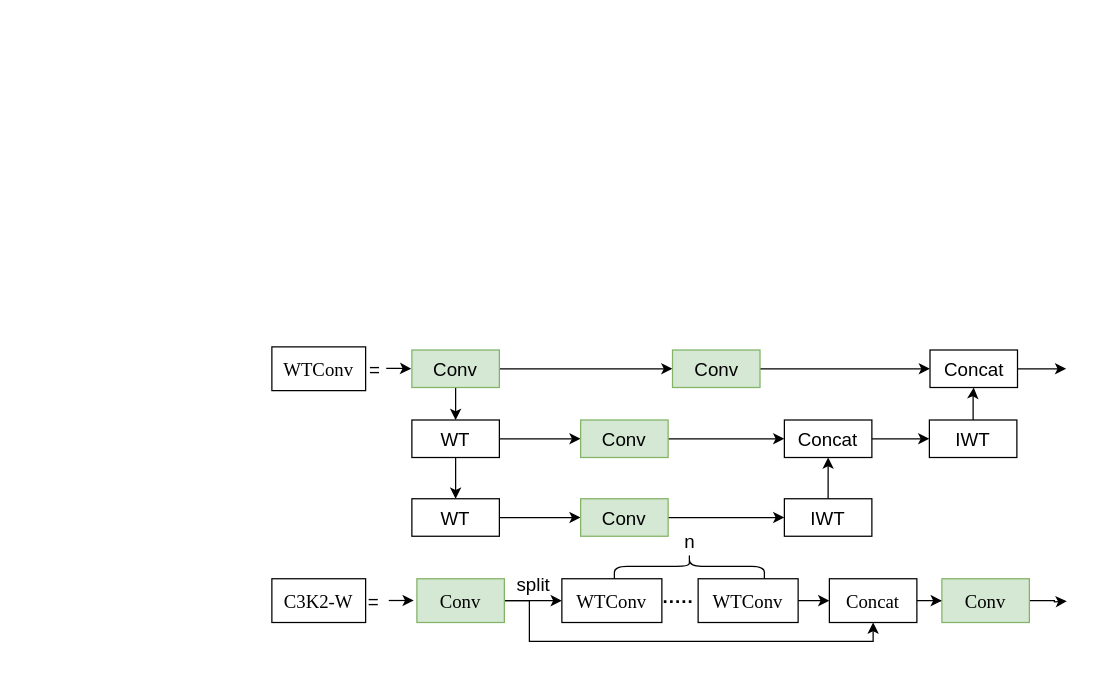
Above: C3K2WTConv.drawio in HTMLCSS-XD/draw.io (draw.io), before the change. Source tidied: cells renumbered, new cells numbered last; positions are measured from the earlier drawing's top-left corner, leaving out a move shared by most shapes. Both pictures are drawn from the tidied source at 125%, with x=0, y=0 at pixel (271, 346).
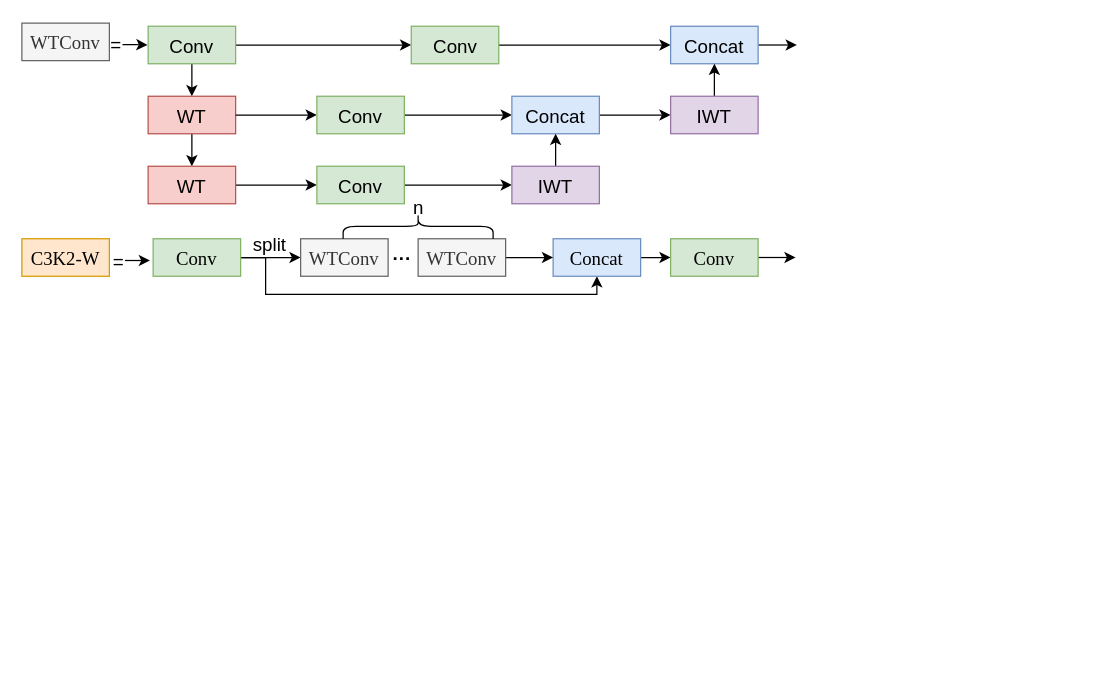
Above is the later version.

Diff of the diagram source:
```diff
@@
     <mxCell id="2" value="n" style="text;html=1;align=center;verticalAlign=middle;strokeColor=none;fillColor=none;fontSize=15;" parent="1" vertex="1">
-      <mxGeometry x="319" y="137.5" width="30" height="35" as="geometry" />
+      <mxGeometry x="102" y="-129.5" width="30" height="35" as="geometry" />
     </mxCell>
     <mxCell id="3" style="edgeStyle=orthogonalEdgeStyle;rounded=0;jettySize=auto;html=1;entryX=0.5;entryY=1;entryDx=0;entryDy=0;fontSize=15;" parent="1" edge="1" source="5" target="8">
       <mxGeometry relative="1" as="geometry">
         <Array as="points">
-          <mxPoint x="206" y="203.5" />
-          <mxPoint x="206" y="235.5" />
-          <mxPoint x="481" y="235.5" />
+          <mxPoint x="-5" y="-71" />
+          <mxPoint x="-5" y="-42" />
+          <mxPoint x="260" y="-42" />
         </Array>
       </mxGeometry>
     </mxCell>
@@
     <mxCell id="5" value="Conv" style="rounded=0;whiteSpace=wrap;html=1;fillColor=#d5e8d4;fontSize=15;fontFamily=Times New Roman;strokeColor=#82b366;" parent="1" vertex="1">
-      <mxGeometry x="116" y="185.5" width="70" height="35" as="geometry" />
+      <mxGeometry x="-95" y="-86.5" width="70" height="30" as="geometry" />
     </mxCell>
-    <mxCell id="6" value="WTConv" style="rounded=0;whiteSpace=wrap;html=1;fillColor=none;fontSize=15;fontFamily=Times New Roman;" parent="1" vertex="1">
-      <mxGeometry x="232" y="185.5" width="80" height="35" as="geometry" />
+    <mxCell id="6" value="WTConv" style="rounded=0;whiteSpace=wrap;html=1;fillColor=#f5f5f5;fontSize=15;fontFamily=Times New Roman;strokeColor=#666666;fontColor=#333333;" parent="1" vertex="1">
+      <mxGeometry x="23" y="-86.5" width="70" height="30" as="geometry" />
     </mxCell>
@@
-    <mxCell id="8" value="Concat" style="rounded=0;whiteSpace=wrap;html=1;fillColor=none;fontSize=15;fontFamily=Times New Roman;" parent="1" vertex="1">
-      <mxGeometry x="446" y="185.5" width="70" height="35" as="geometry" />
+    <mxCell id="8" value="Concat" style="rounded=0;whiteSpace=wrap;html=1;fillColor=#dae8fc;fontSize=15;fontFamily=Times New Roman;strokeColor=#6c8ebf;" parent="1" vertex="1">
+      <mxGeometry x="225" y="-86.5" width="70" height="30" as="geometry" />
     </mxCell>
@@
-    <mxCell id="10" value="WTConv" style="rounded=0;whiteSpace=wrap;html=1;fillColor=none;fontSize=15;fontFamily=Times New Roman;" parent="1" vertex="1">
-      <mxGeometry x="341" y="185.5" width="80" height="35" as="geometry" />
+    <mxCell id="10" value="WTConv" style="rounded=0;whiteSpace=wrap;html=1;fillColor=#f5f5f5;fontSize=15;fontFamily=Times New Roman;strokeColor=#666666;fontColor=#333333;" parent="1" vertex="1">
+      <mxGeometry x="117" y="-86.5" width="70" height="30" as="geometry" />
     </mxCell>
-    <mxCell id="11" style="edgeStyle=orthogonalEdgeStyle;rounded=0;jettySize=auto;html=1;" parent="1" edge="1" source="12">
-      <mxGeometry relative="1" as="geometry">
-        <mxPoint x="636" y="203.5" as="targetPoint" />
-      </mxGeometry>
-    </mxCell>
+    <mxCell id="44" style="edgeStyle=orthogonalEdgeStyle;rounded=0;jettySize=auto;html=1;" parent="1" edge="1" source="12">
+      <mxGeometry relative="1" as="geometry">
+        <mxPoint x="419" y="-71.5" as="targetPoint" />
+      </mxGeometry>
+    </mxCell>
     <mxCell id="12" value="Conv" style="rounded=0;whiteSpace=wrap;html=1;fillColor=#d5e8d4;fontSize=15;fontFamily=Times New Roman;strokeColor=#82b366;" parent="1" vertex="1">
-      <mxGeometry x="536" y="185.5" width="70" height="35" as="geometry" />
+      <mxGeometry x="319" y="-86.5" width="70" height="30" as="geometry" />
     </mxCell>
-    <mxCell id="13" value="C3K2-W" style="rounded=0;whiteSpace=wrap;html=1;fillColor=none;fontSize=15;fontFamily=Times New Roman;" parent="1" vertex="1">
-      <mxGeometry y="185.5" width="75" height="35" as="geometry" />
+    <mxCell id="13" value="C3K2-W" style="rounded=0;whiteSpace=wrap;html=1;fillColor=#ffe6cc;fontSize=15;fontFamily=Times New Roman;strokeColor=#d79b00;" parent="1" vertex="1">
+      <mxGeometry x="-200" y="-86.5" width="70" height="30" as="geometry" />
     </mxCell>
     <mxCell id="14" value="=" style="text;html=1;align=center;verticalAlign=middle;strokeColor=none;fillColor=none;fontSize=15;" parent="1" vertex="1">
-      <mxGeometry x="66" y="185.5" width="30" height="35" as="geometry" />
+      <mxGeometry x="-138" y="-86.5" width="30" height="35" as="geometry" />
     </mxCell>
     <mxCell id="15" value="sp&lt;span style=&quot;background-color: transparent; color: light-dark(rgb(0, 0, 0), rgb(255, 255, 255));&quot;&gt;lit&lt;/span&gt;" style="text;html=1;align=center;verticalAlign=middle;strokeColor=none;fillColor=none;fontSize=15;" parent="1" vertex="1">
-      <mxGeometry x="183.5" y="172.5" width="50" height="35" as="geometry" />
+      <mxGeometry x="-27.5" y="-99.5" width="50" height="35" as="geometry" />
     </mxCell>
-    <mxCell id="16" value="·····" style="text;html=1;align=center;verticalAlign=middle;strokeColor=none;fillColor=none;fontSize=15;fontStyle=1;" parent="1" vertex="1">
-      <mxGeometry x="302" y="185.5" width="45" height="35" as="geometry" />
+    <mxCell id="16" value="···" style="text;html=1;align=center;verticalAlign=middle;strokeColor=none;fillColor=none;fontSize=15;fontStyle=1;" parent="1" vertex="1">
+      <mxGeometry x="84" y="-86.5" width="40" height="30" as="geometry" />
     </mxCell>
     <mxCell id="17" style="shape=curlyBracket;whiteSpace=wrap;html=1;rounded=1;labelPosition=left;verticalLabelPosition=middle;align=right;verticalAlign=middle;rotation=90;fontSize=15;" parent="1" vertex="1">
-      <mxGeometry x="324" y="115.5" width="20" height="120" as="geometry" />
+      <mxGeometry x="107" y="-156.5" width="20" height="120" as="geometry" />
     </mxCell>
     <mxCell id="18" style="edgeStyle=orthogonalEdgeStyle;rounded=0;orthogonalLoop=1;jettySize=auto;html=1;fontSize=15;" parent="1" edge="1">
       <mxGeometry relative="1" as="geometry">
-        <mxPoint x="93.5" y="202.9" as="sourcePoint" />
-        <mxPoint x="113.5" y="203.1" as="targetPoint" />
+        <mxPoint x="-117.5" y="-69.1" as="sourcePoint" />
+        <mxPoint x="-97.5" y="-68.9" as="targetPoint" />
       </mxGeometry>
     </mxCell>
@@
     <mxCell id="21" value="Conv" style="rounded=0;whiteSpace=wrap;html=1;labelBackgroundColor=none;strokeColor=#82b366;fillColor=#d5e8d4;align=center;fontStyle=0;fontSize=15;direction=east;" parent="1" vertex="1">
-      <mxGeometry x="112" y="2.5" width="70" height="30" as="geometry" />
+      <mxGeometry x="-99" y="-256.5" width="70" height="30" as="geometry" />
     </mxCell>
@@
     <mxCell id="23" value="Conv" style="rounded=0;whiteSpace=wrap;html=1;labelBackgroundColor=none;strokeColor=#82b366;fillColor=#d5e8d4;align=center;fontStyle=0;fontSize=15;direction=east;" parent="1" vertex="1">
-      <mxGeometry x="320.5" y="2.5" width="70" height="30" as="geometry" />
+      <mxGeometry x="111.5" y="-256.5" width="70" height="30" as="geometry" />
     </mxCell>
@@
-    <mxCell id="25" value="WT" style="rounded=0;whiteSpace=wrap;html=1;labelBackgroundColor=none;strokeColor=default;fillColor=none;align=center;fontStyle=0;fontSize=15;direction=east;" parent="1" vertex="1">
-      <mxGeometry x="112" y="58.5" width="70" height="30" as="geometry" />
+    <mxCell id="25" value="WT" style="rounded=0;whiteSpace=wrap;html=1;labelBackgroundColor=none;strokeColor=#b85450;fillColor=#f8cecc;align=center;fontStyle=0;fontSize=15;direction=east;" parent="1" vertex="1">
+      <mxGeometry x="-99" y="-200.5" width="70" height="30" as="geometry" />
     </mxCell>
@@
-    <mxCell id="27" value="WT" style="rounded=0;whiteSpace=wrap;html=1;labelBackgroundColor=none;strokeColor=default;fillColor=none;align=center;fontStyle=0;fontSize=15;direction=east;" parent="1" vertex="1">
-      <mxGeometry x="112" y="121.5" width="70" height="30" as="geometry" />
+    <mxCell id="27" value="WT" style="rounded=0;whiteSpace=wrap;html=1;labelBackgroundColor=none;strokeColor=#b85450;fillColor=#f8cecc;align=center;fontStyle=0;fontSize=15;direction=east;" parent="1" vertex="1">
+      <mxGeometry x="-99" y="-144.5" width="70" height="30" as="geometry" />
     </mxCell>
@@
     <mxCell id="30" value="Conv" style="rounded=0;whiteSpace=wrap;html=1;labelBackgroundColor=none;strokeColor=#82b366;fillColor=#d5e8d4;align=center;fontStyle=0;fontSize=15;direction=east;" parent="1" vertex="1">
-      <mxGeometry x="247" y="58.5" width="70" height="30" as="geometry" />
+      <mxGeometry x="36" y="-200.5" width="70" height="30" as="geometry" />
     </mxCell>
@@
     <mxCell id="32" value="Conv" style="rounded=0;whiteSpace=wrap;html=1;labelBackgroundColor=none;strokeColor=#82b366;fillColor=#d5e8d4;align=center;fontStyle=0;fontSize=15;direction=east;" parent="1" vertex="1">
-      <mxGeometry x="247" y="121.5" width="70" height="30" as="geometry" />
+      <mxGeometry x="36" y="-144.5" width="70" height="30" as="geometry" />
     </mxCell>
@@
-    <mxCell id="34" value="Concat" style="rounded=0;whiteSpace=wrap;html=1;labelBackgroundColor=none;strokeColor=default;fillColor=none;align=center;fontStyle=0;fontSize=15;direction=east;" parent="1" vertex="1">
-      <mxGeometry x="410" y="58.5" width="70" height="30" as="geometry" />
+    <mxCell id="34" value="Concat" style="rounded=0;whiteSpace=wrap;html=1;labelBackgroundColor=none;strokeColor=#6c8ebf;fillColor=#dae8fc;align=center;fontStyle=0;fontSize=15;direction=east;" parent="1" vertex="1">
+      <mxGeometry x="192" y="-200.5" width="70" height="30" as="geometry" />
     </mxCell>
@@
-    <mxCell id="36" value="IWT" style="rounded=0;whiteSpace=wrap;html=1;labelBackgroundColor=none;strokeColor=default;fillColor=none;align=center;fontStyle=0;fontSize=15;direction=east;" parent="1" vertex="1">
-      <mxGeometry x="410" y="121.5" width="70" height="30" as="geometry" />
+    <mxCell id="36" value="IWT" style="rounded=0;whiteSpace=wrap;html=1;labelBackgroundColor=none;strokeColor=#9673a6;fillColor=#e1d5e7;align=center;fontStyle=0;fontSize=15;direction=east;" parent="1" vertex="1">
+      <mxGeometry x="192" y="-144.5" width="70" height="30" as="geometry" />
     </mxCell>
-    <mxCell id="37" style="edgeStyle=orthogonalEdgeStyle;rounded=0;jettySize=auto;html=1;fontSize=15;" parent="1" edge="1" source="38">
-      <mxGeometry relative="1" as="geometry">
-        <mxPoint x="635.5" y="17.5" as="targetPoint" />
-      </mxGeometry>
-    </mxCell>
+    <mxCell id="45" style="edgeStyle=orthogonalEdgeStyle;rounded=0;jettySize=auto;html=1;" parent="1" edge="1" source="38">
+      <mxGeometry relative="1" as="geometry">
+        <mxPoint x="420" y="-241.5" as="targetPoint" />
+      </mxGeometry>
+    </mxCell>
-    <mxCell id="38" value="Concat" style="rounded=0;whiteSpace=wrap;html=1;labelBackgroundColor=none;strokeColor=default;fillColor=none;align=center;fontStyle=0;fontSize=15;direction=east;" parent="1" vertex="1">
-      <mxGeometry x="526.5" y="2.5" width="70" height="30" as="geometry" />
+    <mxCell id="38" value="Concat" style="rounded=0;whiteSpace=wrap;html=1;labelBackgroundColor=none;strokeColor=#6c8ebf;fillColor=#dae8fc;align=center;fontStyle=0;fontSize=15;direction=east;" parent="1" vertex="1">
+      <mxGeometry x="319" y="-256.5" width="70" height="30" as="geometry" />
     </mxCell>
@@
-    <mxCell id="40" value="IWT" style="rounded=0;whiteSpace=wrap;html=1;labelBackgroundColor=none;strokeColor=default;fillColor=none;align=center;fontStyle=0;fontSize=15;direction=east;" parent="1" vertex="1">
-      <mxGeometry x="526" y="58.5" width="70" height="30" as="geometry" />
+    <mxCell id="40" value="IWT" style="rounded=0;whiteSpace=wrap;html=1;labelBackgroundColor=none;strokeColor=#9673a6;fillColor=#e1d5e7;align=center;fontStyle=0;fontSize=15;direction=east;" parent="1" vertex="1">
+      <mxGeometry x="319" y="-200.5" width="70" height="30" as="geometry" />
     </mxCell>
-    <mxCell id="41" value="WTConv" style="rounded=0;whiteSpace=wrap;html=1;fillColor=none;fontSize=15;fontFamily=Times New Roman;" parent="1" vertex="1">
-      <mxGeometry width="75" height="35" as="geometry" />
+    <mxCell id="41" value="WTConv" style="rounded=0;whiteSpace=wrap;html=1;fillColor=#f5f5f5;fontSize=15;fontFamily=Times New Roman;strokeColor=#666666;fontColor=#333333;" parent="1" vertex="1">
+      <mxGeometry x="-200" y="-259" width="70" height="30" as="geometry" />
     </mxCell>
     <mxCell id="42" value="=" style="text;html=1;align=center;verticalAlign=middle;strokeColor=none;fillColor=none;fontSize=15;" parent="1" vertex="1">
-      <mxGeometry x="66.5" width="30" height="35" as="geometry" />
+      <mxGeometry x="-140.5" y="-260" width="30" height="35" as="geometry" />
     </mxCell>
     <mxCell id="43" style="edgeStyle=orthogonalEdgeStyle;rounded=0;orthogonalLoop=1;jettySize=auto;html=1;fontSize=15;" parent="1" edge="1">
       <mxGeometry relative="1" as="geometry">
-        <mxPoint x="91.5" y="17.2" as="sourcePoint" />
-        <mxPoint x="111.5" y="17.5" as="targetPoint" />
+        <mxPoint x="-119.5" y="-241.8" as="sourcePoint" />
+        <mxPoint x="-99.5" y="-241.5" as="targetPoint" />
         <Array as="points">
-          <mxPoint x="102" y="17" />
+          <mxPoint x="-109" y="-242" />
         </Array>
       </mxGeometry>
     </mxCell>
```
